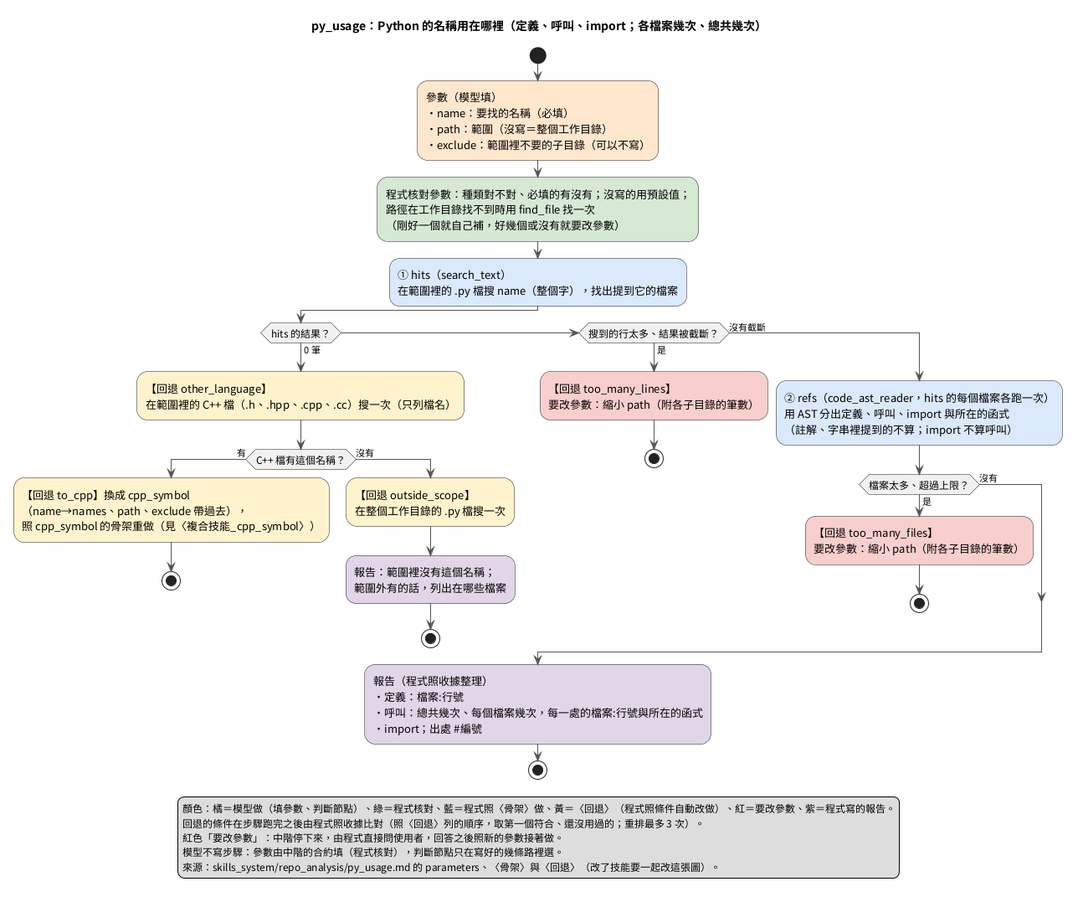
Before: doc/images/複合技能_py_usage.png, a diagram exported from PlantUML (DavidZox/Coding_agnet). The source it was exported from:
```plantuml
@startuml
skinparam shadowing false
skinparam defaultFontName "Noto Sans CJK TC"
skinparam ActivityFontSize 13
skinparam NoteFontSize 12
skinparam LegendFontSize 12
skinparam ArrowColor #555555
skinparam ActivityDiamondFontSize 12
title py_usage：Python 的名稱用在哪裡（定義、呼叫、import；各檔案幾次、總共幾次）

start
:參數（模型填）
・name：要找的名稱（必填）
・path：範圍（沒寫＝整個工作目錄）
・exclude：範圍裡不要的子目錄（可以不寫）; <<#FFE6CC>>
:程式核對參數：種類對不對、必填的有沒有；沒寫的用預設值；
路徑在工作目錄找不到時用 find_file 找一次
（剛好一個就自己補，好幾個或沒有就要改參數）; <<#D5E8D4>>
:① hits（search_text）
在範圍裡的 .py 檔搜 name（整個字），找出提到它的檔案; <<#DAE8FC>>
if (hits 的結果？) then (0 筆)
  :【回退 other_language】
  在範圍裡的 C++ 檔（.h、.hpp、.cpp、.cc）搜一次（只列檔名）; <<#FFF2CC>>
  if (C++ 檔有這個名稱？) then (有)
    :【回退 to_cpp】換成 cpp_symbol
    （name→names、path、exclude 帶過去），
    照 cpp_symbol 的骨架重做（見〈複合技能_cpp_symbol〉）; <<#FFF2CC>>
    stop
  else (沒有)
    :【回退 outside_scope】
    在整個工作目錄的 .py 檔搜一次; <<#FFF2CC>>
    :報告：範圍裡沒有這個名稱；
    範圍外有的話，列出在哪些檔案; <<#E1D5E7>>
    stop
  endif
elseif (搜到的行太多、結果被截斷？) then (是)
  :【回退 too_many_lines】
  要改參數：縮小 path（附各子目錄的筆數）; <<#F8CECC>>
  stop
else (沒有截斷)
  :② refs（code_ast_reader，hits 的每個檔案各跑一次）
  用 AST 分出定義、呼叫、import 與所在的函式
  （註解、字串裡提到的不算；import 不算呼叫）; <<#DAE8FC>>
  if (檔案太多、超過上限？) then (是)
    :【回退 too_many_files】
    要改參數：縮小 path（附各子目錄的筆數）; <<#F8CECC>>
    stop
  else (沒有)
  endif
endif
:報告（程式照收據整理）
・定義：檔案:行號
・呼叫：總共幾次、每個檔案幾次，每一處的檔案:行號與所在的函式
・import；出處 #編號; <<#E1D5E7>>
stop
legend bottom
  顏色：橘＝模型做（填參數、判斷節點）、綠＝程式核對、藍＝程式照〈骨架〉做、黃＝〈回退〉（程式照條件自動改做）、紅＝要改參數、紫＝程式寫的報告。
  回退的條件在步驟跑完之後由程式照收據比對（照〈回退〉列的順序，取第一個符合、還沒用過的；重排最多 3 次）。
  紅色「要改參數」：中階停下來，由程式直接問使用者，回答之後照新的參數接著做。
  模型不寫步驟：參數由中階的合約填（程式核對），判斷節點只在寫好的幾條路裡選。
  來源：skills_system/repo_analysis/py_usage.md 的 parameters、〈骨架〉與〈回退〉（改了技能要一起改這張圖）。
endlegend
@enduml
```
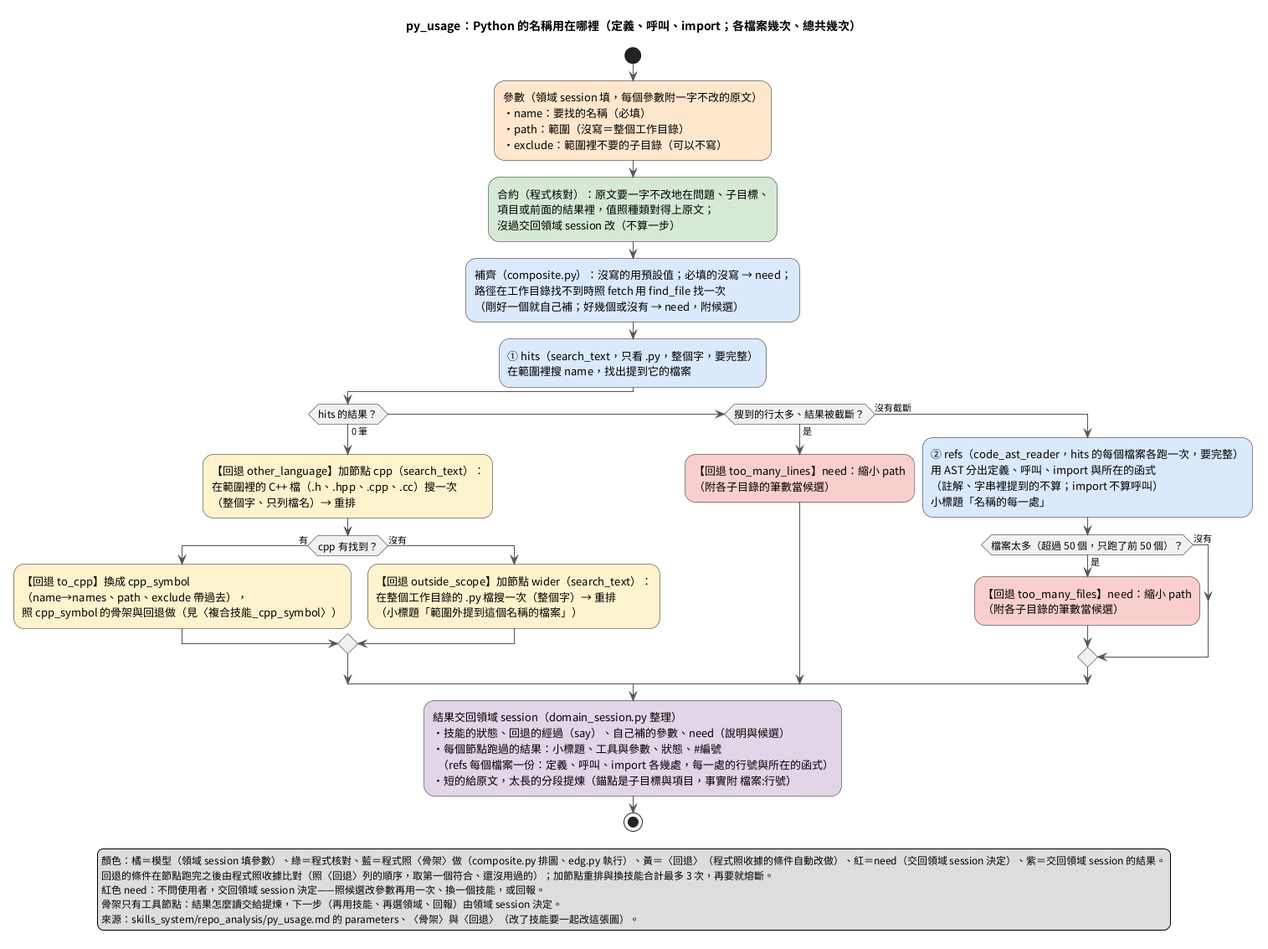
The same file after the commit.

What changed in the source:
```diff
@@ -9,55 +9,56 @@
 title py_usage：Python 的名稱用在哪裡（定義、呼叫、import；各檔案幾次、總共幾次）
 
 start
-:參數（模型填）
+:參數（領域 session 填，每個參數附一字不改的原文）
 ・name：要找的名稱（必填）
 ・path：範圍（沒寫＝整個工作目錄）
 ・exclude：範圍裡不要的子目錄（可以不寫）; <<#FFE6CC>>
-:程式核對參數：種類對不對、必填的有沒有；沒寫的用預設值；
-路徑在工作目錄找不到時用 find_file 找一次
-（剛好一個就自己補，好幾個或沒有就要改參數）; <<#D5E8D4>>
-:① hits（search_text）
-在範圍裡的 .py 檔搜 name（整個字），找出提到它的檔案; <<#DAE8FC>>
+:合約（程式核對）：原文要一字不改地在問題、子目標、
+項目或前面的結果裡，值照種類對得上原文；
+沒過交回領域 session 改（不算一步）; <<#D5E8D4>>
+:補齊（composite.py）：沒寫的用預設值；必填的沒寫 → need；
+路徑在工作目錄找不到時照 fetch 用 find_file 找一次
+（剛好一個就自己補；好幾個或沒有 → need，附候選）; <<#DAE8FC>>
+:① hits（search_text，只看 .py，整個字，要完整）
+在範圍裡搜 name，找出提到它的檔案; <<#DAE8FC>>
 if (hits 的結果？) then (0 筆)
-  :【回退 other_language】
-  在範圍裡的 C++ 檔（.h、.hpp、.cpp、.cc）搜一次（只列檔名）; <<#FFF2CC>>
-  if (C++ 檔有這個名稱？) then (有)
+  :【回退 other_language】加節點 cpp（search_text）：
+  在範圍裡的 C++ 檔（.h、.hpp、.cpp、.cc）搜一次
+  （整個字、只列檔名）→ 重排; <<#FFF2CC>>
+  if (cpp 有找到？) then (有)
     :【回退 to_cpp】換成 cpp_symbol
     （name→names、path、exclude 帶過去），
-    照 cpp_symbol 的骨架重做（見〈複合技能_cpp_symbol〉）; <<#FFF2CC>>
-    stop
+    照 cpp_symbol 的骨架與回退做（見〈複合技能_cpp_symbol〉）; <<#FFF2CC>>
   else (沒有)
-    :【回退 outside_scope】
-    在整個工作目錄的 .py 檔搜一次; <<#FFF2CC>>
-    :報告：範圍裡沒有這個名稱；
-    範圍外有的話，列出在哪些檔案; <<#E1D5E7>>
-    stop
+    :【回退 outside_scope】加節點 wider（search_text）：
+    在整個工作目錄的 .py 檔搜一次（整個字）→ 重排
+    （小標題「範圍外提到這個名稱的檔案」）; <<#FFF2CC>>
   endif
 elseif (搜到的行太多、結果被截斷？) then (是)
-  :【回退 too_many_lines】
-  要改參數：縮小 path（附各子目錄的筆數）; <<#F8CECC>>
-  stop
+  :【回退 too_many_lines】need：縮小 path
+  （附各子目錄的筆數當候選）; <<#F8CECC>>
 else (沒有截斷)
-  :② refs（code_ast_reader，hits 的每個檔案各跑一次）
+  :② refs（code_ast_reader，hits 的每個檔案各跑一次，要完整）
   用 AST 分出定義、呼叫、import 與所在的函式
-  （註解、字串裡提到的不算；import 不算呼叫）; <<#DAE8FC>>
-  if (檔案太多、超過上限？) then (是)
-    :【回退 too_many_files】
-    要改參數：縮小 path（附各子目錄的筆數）; <<#F8CECC>>
-    stop
+  （註解、字串裡提到的不算；import 不算呼叫）
+  小標題「名稱的每一處」; <<#DAE8FC>>
+  if (檔案太多（超過 50 個，只跑了前 50 個）？) then (是)
+    :【回退 too_many_files】need：縮小 path
+    （附各子目錄的筆數當候選）; <<#F8CECC>>
   else (沒有)
   endif
 endif
-:報告（程式照收據整理）
-・定義：檔案:行號
-・呼叫：總共幾次、每個檔案幾次，每一處的檔案:行號與所在的函式
-・import；出處 #編號; <<#E1D5E7>>
+:結果交回領域 session（domain_session.py 整理）
+・技能的狀態、回退的經過（say）、自己補的參數、need（說明與候選）
+・每個節點跑過的結果：小標題、工具與參數、狀態、#編號
+  （refs 每個檔案一份：定義、呼叫、import 各幾處，每一處的行號與所在的函式）
+・短的給原文，太長的分段提煉（錨點是子目標與項目，事實附 檔案:行號）; <<#E1D5E7>>
 stop
 legend bottom
-  顏色：橘＝模型做（填參數、判斷節點）、綠＝程式核對、藍＝程式照〈骨架〉做、黃＝〈回退〉（程式照條件自動改做）、紅＝要改參數、紫＝程式寫的報告。
-  回退的條件在步驟跑完之後由程式照收據比對（照〈回退〉列的順序，取第一個符合、還沒用過的；重排最多 3 次）。
-  紅色「要改參數」：中階停下來，由程式直接問使用者，回答之後照新的參數接著做。
-  模型不寫步驟：參數由中階的合約填（程式核對），判斷節點只在寫好的幾條路裡選。
+  顏色：橘＝模型（領域 session 填參數）、綠＝程式核對、藍＝程式照〈骨架〉做（composite.py 排圖、edg.py 執行）、黃＝〈回退〉（程式照收據的條件自動改做）、紅＝need（交回領域 session 決定）、紫＝交回領域 session 的結果。
+  回退的條件在節點跑完之後由程式照收據比對（照〈回退〉列的順序，取第一個符合、還沒用過的）；加節點重排與換技能合計最多 3 次，再要就熔斷。
+  紅色 need：不問使用者，交回領域 session 決定——照候選改參數再用一次、換一個技能，或回報。
+  骨架只有工具節點：結果怎麼讀交給提煉，下一步（再用技能、再選領域、回報）由領域 session 決定。
   來源：skills_system/repo_analysis/py_usage.md 的 parameters、〈骨架〉與〈回退〉（改了技能要一起改這張圖）。
 endlegend
 @enduml
```
